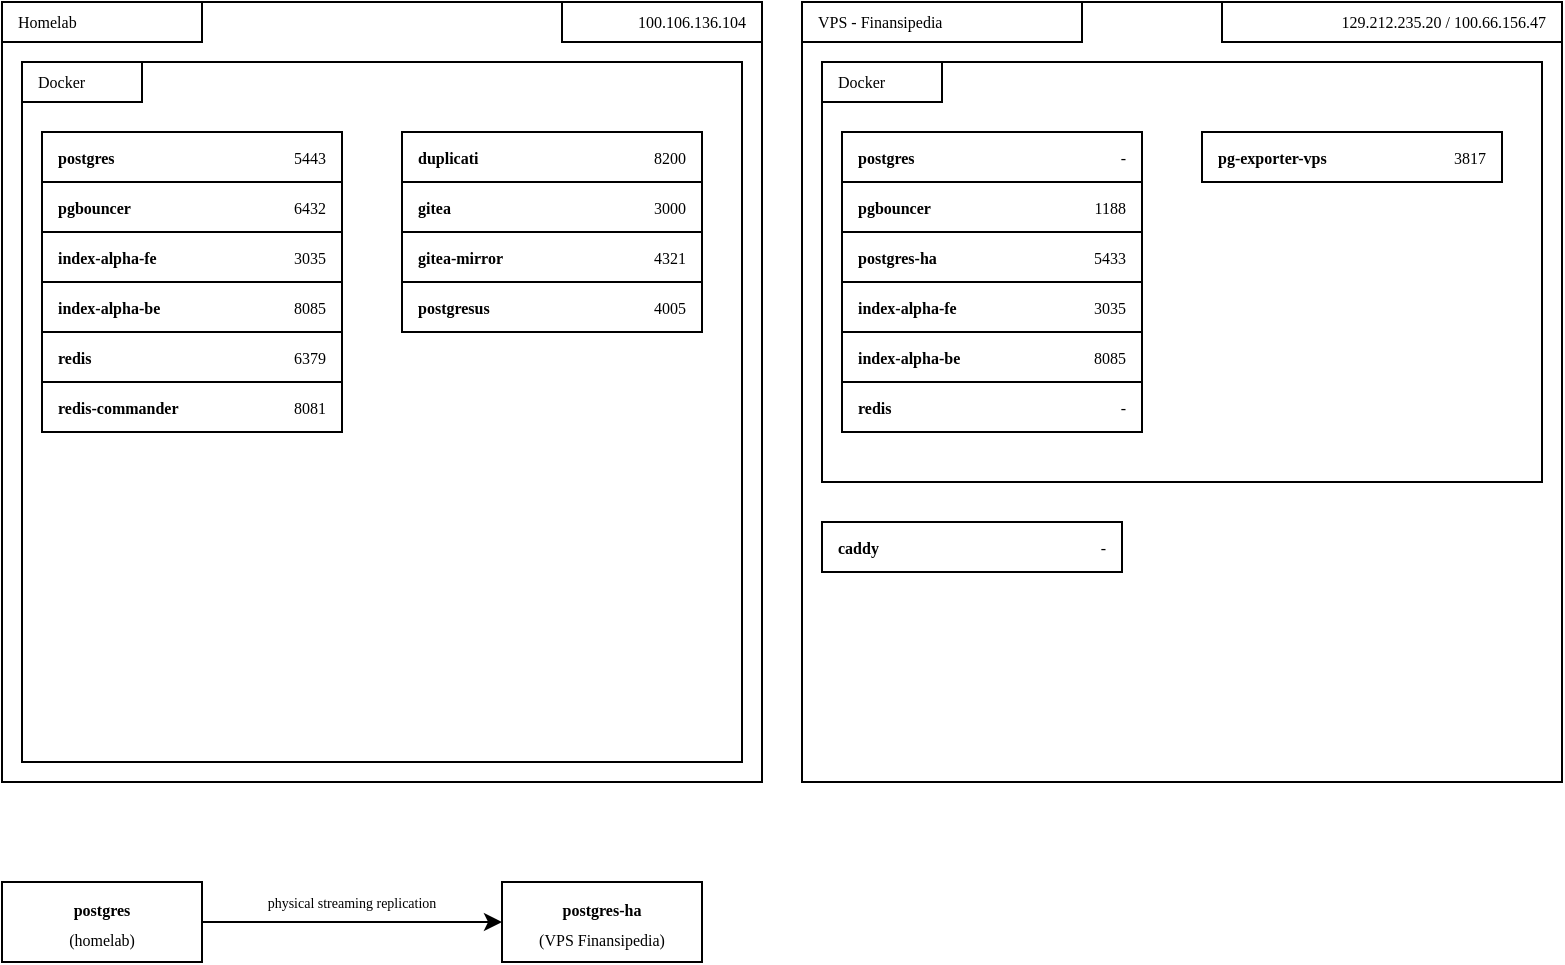
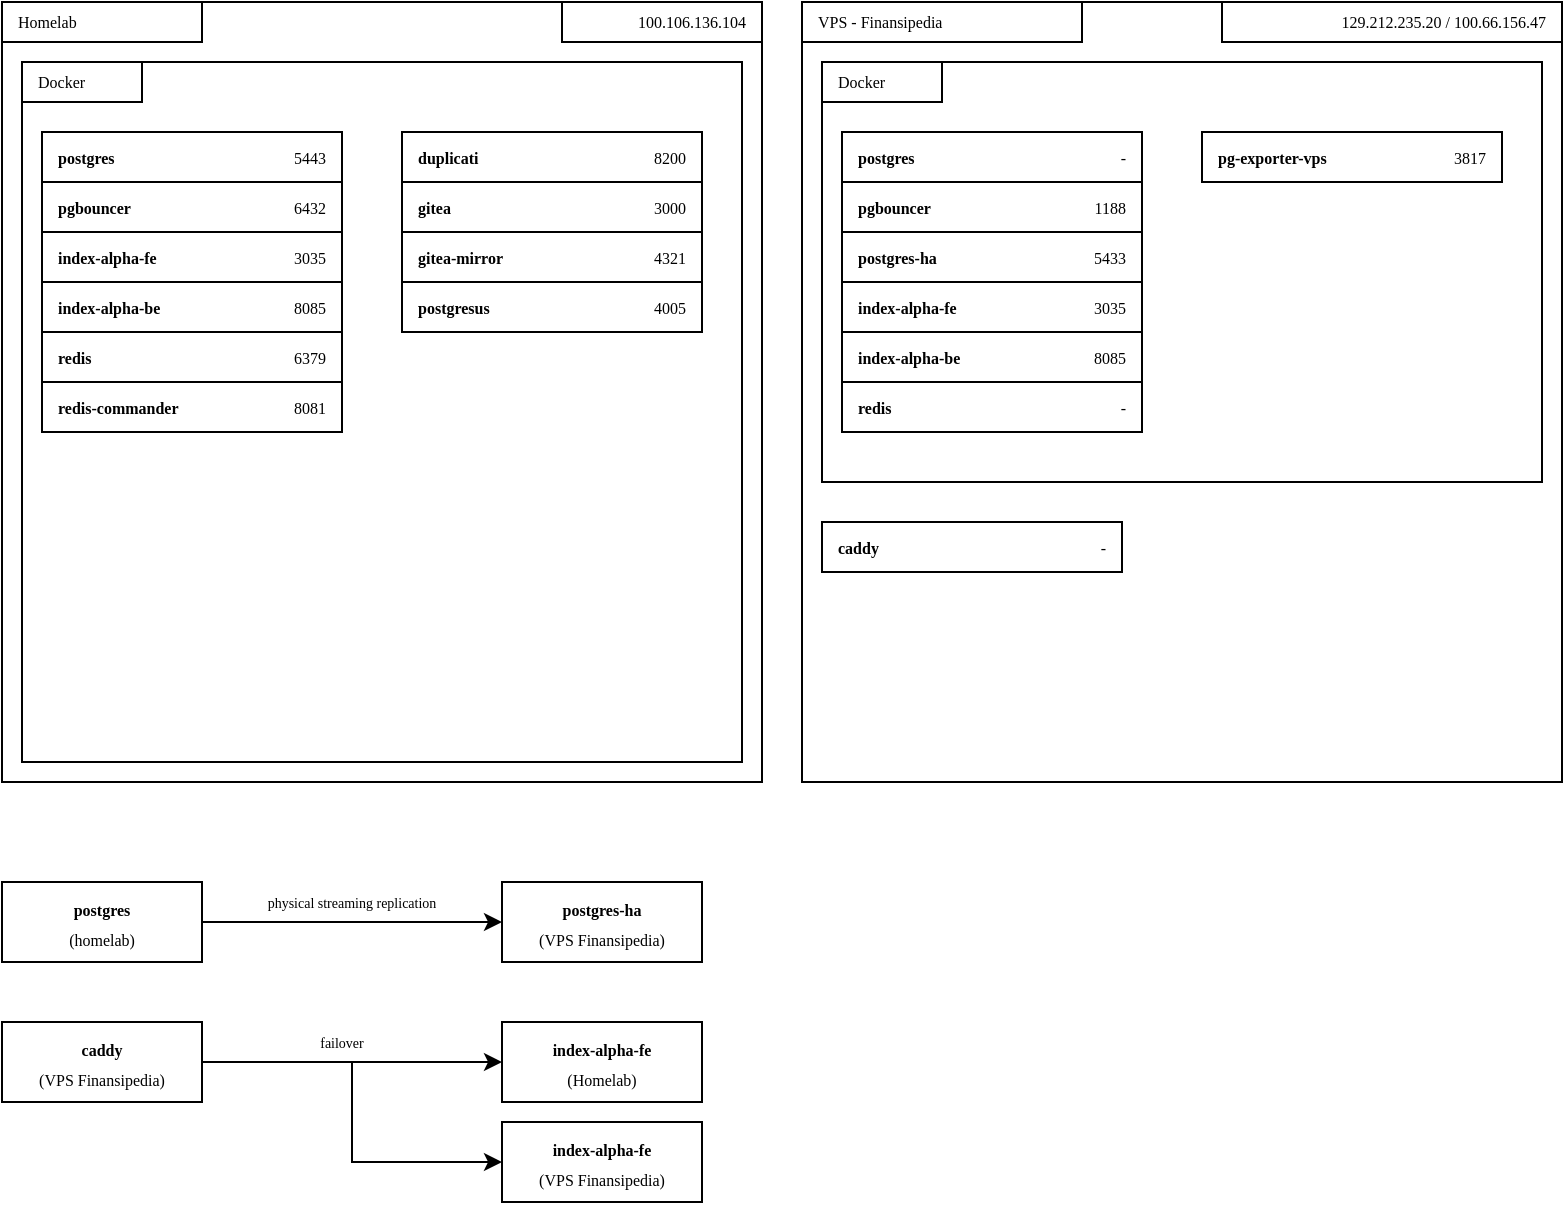
<mxfile host="app.diagrams.net">
  <diagram name="Page-1" id="EqAcxWxWpPEczBTcAObV">
    <mxGraphModel dx="654" dy="347" grid="1" gridSize="10" guides="1" tooltips="1" connect="1" arrows="1" fold="1" page="1" pageScale="1" pageWidth="850" pageHeight="1100" math="0" shadow="0">
      <root>
        <mxCell id="0" />
        <mxCell id="1" parent="0" />
        <mxCell id="tyjjsNKJ7kBHK_1WbMmb-1" parent="1" style="rounded=0;whiteSpace=wrap;html=1;" value="" vertex="1">
          <mxGeometry height="390" width="380" x="50" y="60" as="geometry" />
        </mxCell>
        <mxCell id="tyjjsNKJ7kBHK_1WbMmb-18" parent="1" style="rounded=0;whiteSpace=wrap;html=1;" value="" vertex="1">
          <mxGeometry height="350" width="360" x="60" y="90" as="geometry" />
        </mxCell>
        <mxCell id="tyjjsNKJ7kBHK_1WbMmb-3" parent="1" style="rounded=0;whiteSpace=wrap;html=1;" value="" vertex="1">
          <mxGeometry height="20" width="100" x="50" y="60" as="geometry" />
        </mxCell>
        <mxCell id="tyjjsNKJ7kBHK_1WbMmb-2" parent="1" style="text;html=1;whiteSpace=wrap;strokeColor=none;fillColor=none;align=left;verticalAlign=middle;rounded=0;spacingLeft=6;fontFamily=Verdana;fontSize=8;" value="Homelab" vertex="1">
          <mxGeometry height="20" width="100" x="50" y="60" as="geometry" />
        </mxCell>
        <mxCell id="tyjjsNKJ7kBHK_1WbMmb-19" parent="1" style="rounded=0;whiteSpace=wrap;html=1;fontFamily=Verdana;fontSize=9;" value="" vertex="1">
          <mxGeometry height="20" width="60" x="60" y="90" as="geometry" />
        </mxCell>
        <mxCell id="tyjjsNKJ7kBHK_1WbMmb-20" parent="1" style="text;html=1;whiteSpace=wrap;strokeColor=none;fillColor=none;align=left;verticalAlign=middle;rounded=0;spacingLeft=6;fontFamily=Verdana;fontSize=8;" value="Docker" vertex="1">
          <mxGeometry height="20" width="50" x="60" y="90" as="geometry" />
        </mxCell>
        <mxCell id="tyjjsNKJ7kBHK_1WbMmb-28" parent="1" style="rounded=0;whiteSpace=wrap;html=1;align=right;" value="" vertex="1">
          <mxGeometry height="20" width="100" x="330" y="60" as="geometry" />
        </mxCell>
        <mxCell id="tyjjsNKJ7kBHK_1WbMmb-29" parent="1" style="text;html=1;whiteSpace=wrap;strokeColor=none;fillColor=none;align=right;verticalAlign=middle;rounded=0;spacingLeft=6;spacingRight=6;fontFamily=Verdana;fontSize=8;" value="&lt;span style=&quot;text-align: center;&quot;&gt;100.106.136.104&lt;/span&gt;" vertex="1">
          <mxGeometry height="20" width="100" x="330" y="60" as="geometry" />
        </mxCell>
        <mxCell id="tyjjsNKJ7kBHK_1WbMmb-48" connectable="0" parent="1" style="group;fontFamily=Verdana;fontSize=8;" value="" vertex="1">
          <mxGeometry height="25" width="150" x="70" y="250" as="geometry" />
        </mxCell>
        <mxCell id="tyjjsNKJ7kBHK_1WbMmb-44" parent="tyjjsNKJ7kBHK_1WbMmb-48" style="rounded=0;whiteSpace=wrap;html=1;fontFamily=Verdana;fontSize=8;" value="" vertex="1">
          <mxGeometry height="25" width="150" as="geometry" />
        </mxCell>
        <mxCell id="tyjjsNKJ7kBHK_1WbMmb-45" parent="tyjjsNKJ7kBHK_1WbMmb-48" style="text;html=1;whiteSpace=wrap;strokeColor=none;fillColor=none;align=left;verticalAlign=middle;rounded=0;fontStyle=1;spacingRight=6;spacingLeft=6;fontFamily=Verdana;fontSize=8;" value="&lt;font&gt;redis-commander&lt;/font&gt;" vertex="1">
          <mxGeometry height="20" width="100" y="2.5" as="geometry" />
        </mxCell>
        <mxCell id="tyjjsNKJ7kBHK_1WbMmb-46" parent="tyjjsNKJ7kBHK_1WbMmb-48" style="text;html=1;whiteSpace=wrap;strokeColor=none;fillColor=none;align=right;verticalAlign=middle;rounded=0;spacingRight=6;spacingLeft=6;fontFamily=Verdana;fontSize=8;" value="&lt;font&gt;8081&lt;/font&gt;" vertex="1">
          <mxGeometry height="20" width="40" x="110" y="2.5" as="geometry" />
        </mxCell>
        <mxCell id="tyjjsNKJ7kBHK_1WbMmb-49" connectable="0" parent="1" style="group;fontFamily=Verdana;fontSize=8;" value="" vertex="1">
          <mxGeometry height="25" width="150" x="70" y="225" as="geometry" />
        </mxCell>
        <mxCell id="tyjjsNKJ7kBHK_1WbMmb-41" parent="tyjjsNKJ7kBHK_1WbMmb-49" style="rounded=0;whiteSpace=wrap;html=1;fontFamily=Verdana;fontSize=8;" value="" vertex="1">
          <mxGeometry height="25" width="150" as="geometry" />
        </mxCell>
        <mxCell id="tyjjsNKJ7kBHK_1WbMmb-42" parent="tyjjsNKJ7kBHK_1WbMmb-49" style="text;html=1;whiteSpace=wrap;strokeColor=none;fillColor=none;align=left;verticalAlign=middle;rounded=0;fontStyle=1;spacingRight=6;spacingLeft=6;fontFamily=Verdana;fontSize=8;" value="&lt;font&gt;redis&lt;/font&gt;" vertex="1">
          <mxGeometry height="20" width="100" y="2.5" as="geometry" />
        </mxCell>
        <mxCell id="tyjjsNKJ7kBHK_1WbMmb-43" parent="tyjjsNKJ7kBHK_1WbMmb-49" style="text;html=1;whiteSpace=wrap;strokeColor=none;fillColor=none;align=right;verticalAlign=middle;rounded=0;spacingRight=6;spacingLeft=6;fontFamily=Verdana;fontSize=8;" value="&lt;font&gt;6379&lt;/font&gt;" vertex="1">
          <mxGeometry height="20" width="40" x="110" y="2.5" as="geometry" />
        </mxCell>
        <mxCell id="tyjjsNKJ7kBHK_1WbMmb-50" connectable="0" parent="1" style="group;fontFamily=Verdana;fontSize=8;" value="" vertex="1">
          <mxGeometry height="25" width="150" x="70" y="200" as="geometry" />
        </mxCell>
        <mxCell id="tyjjsNKJ7kBHK_1WbMmb-38" parent="tyjjsNKJ7kBHK_1WbMmb-50" style="rounded=0;whiteSpace=wrap;html=1;fontFamily=Verdana;fontSize=8;" value="" vertex="1">
          <mxGeometry height="25" width="150" as="geometry" />
        </mxCell>
        <mxCell id="tyjjsNKJ7kBHK_1WbMmb-39" parent="tyjjsNKJ7kBHK_1WbMmb-50" style="text;html=1;whiteSpace=wrap;strokeColor=none;fillColor=none;align=left;verticalAlign=middle;rounded=0;fontStyle=1;spacingRight=6;spacingLeft=6;fontFamily=Verdana;fontSize=8;" value="&lt;font&gt;index-alpha-be&lt;/font&gt;" vertex="1">
          <mxGeometry height="20" width="100" y="2.5" as="geometry" />
        </mxCell>
        <mxCell id="tyjjsNKJ7kBHK_1WbMmb-40" parent="tyjjsNKJ7kBHK_1WbMmb-50" style="text;html=1;whiteSpace=wrap;strokeColor=none;fillColor=none;align=right;verticalAlign=middle;rounded=0;spacingRight=6;spacingLeft=6;fontFamily=Verdana;fontSize=8;" value="&lt;font&gt;8085&lt;/font&gt;" vertex="1">
          <mxGeometry height="20" width="40" x="110" y="2.5" as="geometry" />
        </mxCell>
        <mxCell id="tyjjsNKJ7kBHK_1WbMmb-51" connectable="0" parent="1" style="group;fontFamily=Verdana;fontSize=8;" value="" vertex="1">
          <mxGeometry height="25" width="150" x="70" y="175" as="geometry" />
        </mxCell>
        <mxCell id="tyjjsNKJ7kBHK_1WbMmb-35" parent="tyjjsNKJ7kBHK_1WbMmb-51" style="rounded=0;whiteSpace=wrap;html=1;fontFamily=Verdana;fontSize=8;" value="" vertex="1">
          <mxGeometry height="25" width="150" as="geometry" />
        </mxCell>
        <mxCell id="tyjjsNKJ7kBHK_1WbMmb-36" parent="tyjjsNKJ7kBHK_1WbMmb-51" style="text;html=1;whiteSpace=wrap;strokeColor=none;fillColor=none;align=left;verticalAlign=middle;rounded=0;fontStyle=1;spacingRight=6;spacingLeft=6;fontFamily=Verdana;fontSize=8;" value="&lt;font&gt;index-alpha-fe&lt;/font&gt;" vertex="1">
          <mxGeometry height="20" width="100" y="2.5" as="geometry" />
        </mxCell>
        <mxCell id="tyjjsNKJ7kBHK_1WbMmb-37" parent="tyjjsNKJ7kBHK_1WbMmb-51" style="text;html=1;whiteSpace=wrap;strokeColor=none;fillColor=none;align=right;verticalAlign=middle;rounded=0;spacingRight=6;spacingLeft=6;fontFamily=Verdana;fontSize=8;" value="&lt;font&gt;3035&lt;/font&gt;" vertex="1">
          <mxGeometry height="20" width="40" x="110" y="2.5" as="geometry" />
        </mxCell>
        <mxCell id="tyjjsNKJ7kBHK_1WbMmb-52" connectable="0" parent="1" style="group;fontFamily=Verdana;fontSize=8;" value="" vertex="1">
          <mxGeometry height="25" width="150" x="70" y="150" as="geometry" />
        </mxCell>
        <mxCell id="tyjjsNKJ7kBHK_1WbMmb-32" parent="tyjjsNKJ7kBHK_1WbMmb-52" style="rounded=0;whiteSpace=wrap;html=1;fontFamily=Verdana;fontSize=8;" value="" vertex="1">
          <mxGeometry height="25" width="150" as="geometry" />
        </mxCell>
        <mxCell id="tyjjsNKJ7kBHK_1WbMmb-33" parent="tyjjsNKJ7kBHK_1WbMmb-52" style="text;html=1;whiteSpace=wrap;strokeColor=none;fillColor=none;align=left;verticalAlign=middle;rounded=0;fontStyle=1;spacingRight=6;spacingLeft=6;fontFamily=Verdana;fontSize=8;" value="&lt;font&gt;pgbouncer&lt;/font&gt;" vertex="1">
          <mxGeometry height="20" width="100" y="2.5" as="geometry" />
        </mxCell>
        <mxCell id="tyjjsNKJ7kBHK_1WbMmb-34" parent="tyjjsNKJ7kBHK_1WbMmb-52" style="text;html=1;whiteSpace=wrap;strokeColor=none;fillColor=none;align=right;verticalAlign=middle;rounded=0;spacingRight=6;spacingLeft=6;fontFamily=Verdana;fontSize=8;" value="&lt;font&gt;6432&lt;/font&gt;" vertex="1">
          <mxGeometry height="20" width="40" x="110" y="2.5" as="geometry" />
        </mxCell>
        <mxCell id="tyjjsNKJ7kBHK_1WbMmb-53" connectable="0" parent="1" style="group;fontFamily=Verdana;fontSize=8;" value="" vertex="1">
          <mxGeometry height="25" width="150" x="70" y="125" as="geometry" />
        </mxCell>
        <mxCell id="tyjjsNKJ7kBHK_1WbMmb-5" parent="tyjjsNKJ7kBHK_1WbMmb-53" style="rounded=0;whiteSpace=wrap;html=1;fontFamily=Verdana;fontSize=8;" value="" vertex="1">
          <mxGeometry height="25" width="150" as="geometry" />
        </mxCell>
        <mxCell id="tyjjsNKJ7kBHK_1WbMmb-6" parent="tyjjsNKJ7kBHK_1WbMmb-53" style="text;html=1;whiteSpace=wrap;strokeColor=none;fillColor=none;align=left;verticalAlign=middle;rounded=0;fontStyle=1;spacingRight=6;spacingLeft=6;fontFamily=Verdana;fontSize=8;" value="&lt;font&gt;postgres&lt;/font&gt;" vertex="1">
          <mxGeometry height="20" width="100" y="2.5" as="geometry" />
        </mxCell>
        <mxCell id="tyjjsNKJ7kBHK_1WbMmb-7" parent="tyjjsNKJ7kBHK_1WbMmb-53" style="text;html=1;whiteSpace=wrap;strokeColor=none;fillColor=none;align=right;verticalAlign=middle;rounded=0;spacingRight=6;spacingLeft=6;fontFamily=Verdana;fontSize=8;" value="&lt;font&gt;5443&lt;/font&gt;" vertex="1">
          <mxGeometry height="20" width="40" x="110" y="2.5" as="geometry" />
        </mxCell>
        <mxCell id="tyjjsNKJ7kBHK_1WbMmb-54" connectable="0" parent="1" style="group;fontFamily=Verdana;fontSize=8;" value="" vertex="1">
          <mxGeometry height="25" width="150" x="250" y="125" as="geometry" />
        </mxCell>
        <mxCell id="tyjjsNKJ7kBHK_1WbMmb-55" parent="tyjjsNKJ7kBHK_1WbMmb-54" style="rounded=0;whiteSpace=wrap;html=1;fontFamily=Verdana;fontSize=8;" value="" vertex="1">
          <mxGeometry height="25" width="150" as="geometry" />
        </mxCell>
        <mxCell id="tyjjsNKJ7kBHK_1WbMmb-56" parent="tyjjsNKJ7kBHK_1WbMmb-54" style="text;html=1;whiteSpace=wrap;strokeColor=none;fillColor=none;align=left;verticalAlign=middle;rounded=0;fontStyle=1;spacingRight=6;spacingLeft=6;fontFamily=Verdana;fontSize=8;" value="&lt;font&gt;duplicati&lt;/font&gt;" vertex="1">
          <mxGeometry height="20" width="100" y="2.5" as="geometry" />
        </mxCell>
        <mxCell id="tyjjsNKJ7kBHK_1WbMmb-57" parent="tyjjsNKJ7kBHK_1WbMmb-54" style="text;html=1;whiteSpace=wrap;strokeColor=none;fillColor=none;align=right;verticalAlign=middle;rounded=0;spacingRight=6;spacingLeft=6;fontFamily=Verdana;fontSize=8;" value="&lt;font&gt;8200&lt;/font&gt;" vertex="1">
          <mxGeometry height="20" width="40" x="110" y="2.5" as="geometry" />
        </mxCell>
        <mxCell id="tyjjsNKJ7kBHK_1WbMmb-58" connectable="0" parent="1" style="group;fontFamily=Verdana;fontSize=8;" value="" vertex="1">
          <mxGeometry height="25" width="150" x="250" y="150" as="geometry" />
        </mxCell>
        <mxCell id="tyjjsNKJ7kBHK_1WbMmb-59" parent="tyjjsNKJ7kBHK_1WbMmb-58" style="rounded=0;whiteSpace=wrap;html=1;fontFamily=Verdana;fontSize=8;" value="" vertex="1">
          <mxGeometry height="25" width="150" as="geometry" />
        </mxCell>
        <mxCell id="tyjjsNKJ7kBHK_1WbMmb-60" parent="tyjjsNKJ7kBHK_1WbMmb-58" style="text;html=1;whiteSpace=wrap;strokeColor=none;fillColor=none;align=left;verticalAlign=middle;rounded=0;fontStyle=1;spacingRight=6;spacingLeft=6;fontFamily=Verdana;fontSize=8;" value="&lt;font&gt;gitea&lt;/font&gt;" vertex="1">
          <mxGeometry height="20" width="100" y="2.5" as="geometry" />
        </mxCell>
        <mxCell id="tyjjsNKJ7kBHK_1WbMmb-61" parent="tyjjsNKJ7kBHK_1WbMmb-58" style="text;html=1;whiteSpace=wrap;strokeColor=none;fillColor=none;align=right;verticalAlign=middle;rounded=0;spacingRight=6;spacingLeft=6;fontFamily=Verdana;fontSize=8;" value="&lt;font&gt;3000&lt;/font&gt;" vertex="1">
          <mxGeometry height="20" width="40" x="110" y="2.5" as="geometry" />
        </mxCell>
        <mxCell id="tyjjsNKJ7kBHK_1WbMmb-62" connectable="0" parent="1" style="group;fontFamily=Verdana;fontSize=8;" value="" vertex="1">
          <mxGeometry height="25" width="150" x="250" y="175" as="geometry" />
        </mxCell>
        <mxCell id="tyjjsNKJ7kBHK_1WbMmb-63" parent="tyjjsNKJ7kBHK_1WbMmb-62" style="rounded=0;whiteSpace=wrap;html=1;fontFamily=Verdana;fontSize=8;" value="" vertex="1">
          <mxGeometry height="25" width="150" as="geometry" />
        </mxCell>
        <mxCell id="tyjjsNKJ7kBHK_1WbMmb-64" parent="tyjjsNKJ7kBHK_1WbMmb-62" style="text;html=1;whiteSpace=wrap;strokeColor=none;fillColor=none;align=left;verticalAlign=middle;rounded=0;fontStyle=1;spacingRight=6;spacingLeft=6;fontFamily=Verdana;fontSize=8;" value="&lt;div&gt;&lt;span&gt;gitea-mirror&lt;/span&gt;&lt;/div&gt;" vertex="1">
          <mxGeometry height="20" width="100" y="2.5" as="geometry" />
        </mxCell>
        <mxCell id="tyjjsNKJ7kBHK_1WbMmb-65" parent="tyjjsNKJ7kBHK_1WbMmb-62" style="text;html=1;whiteSpace=wrap;strokeColor=none;fillColor=none;align=right;verticalAlign=middle;rounded=0;spacingRight=6;spacingLeft=6;fontFamily=Verdana;fontSize=8;" value="&lt;font&gt;4321&lt;/font&gt;" vertex="1">
          <mxGeometry height="20" width="40" x="110" y="2.5" as="geometry" />
        </mxCell>
        <mxCell id="tyjjsNKJ7kBHK_1WbMmb-66" connectable="0" parent="1" style="group;fontFamily=Verdana;fontSize=8;" value="" vertex="1">
          <mxGeometry height="25" width="150" x="250" y="200" as="geometry" />
        </mxCell>
        <mxCell id="tyjjsNKJ7kBHK_1WbMmb-67" parent="tyjjsNKJ7kBHK_1WbMmb-66" style="rounded=0;whiteSpace=wrap;html=1;fontFamily=Verdana;fontSize=8;" value="" vertex="1">
          <mxGeometry height="25" width="150" as="geometry" />
        </mxCell>
        <mxCell id="tyjjsNKJ7kBHK_1WbMmb-68" parent="tyjjsNKJ7kBHK_1WbMmb-66" style="text;html=1;whiteSpace=wrap;strokeColor=none;fillColor=none;align=left;verticalAlign=middle;rounded=0;fontStyle=1;spacingRight=6;spacingLeft=6;fontFamily=Verdana;fontSize=8;" value="&lt;div&gt;&lt;span&gt;postgresus&lt;/span&gt;&lt;/div&gt;" vertex="1">
          <mxGeometry height="20" width="100" y="2.5" as="geometry" />
        </mxCell>
        <mxCell id="tyjjsNKJ7kBHK_1WbMmb-69" parent="tyjjsNKJ7kBHK_1WbMmb-66" style="text;html=1;whiteSpace=wrap;strokeColor=none;fillColor=none;align=right;verticalAlign=middle;rounded=0;spacingRight=6;spacingLeft=6;fontFamily=Verdana;fontSize=8;" value="&lt;font&gt;4005&lt;/font&gt;" vertex="1">
          <mxGeometry height="20" width="40" x="110" y="2.5" as="geometry" />
        </mxCell>
        <mxCell id="tyjjsNKJ7kBHK_1WbMmb-70" parent="1" style="rounded=0;whiteSpace=wrap;html=1;" value="" vertex="1">
          <mxGeometry height="390" width="380" x="450" y="60" as="geometry" />
        </mxCell>
        <mxCell id="tyjjsNKJ7kBHK_1WbMmb-71" parent="1" style="rounded=0;whiteSpace=wrap;html=1;" value="" vertex="1">
          <mxGeometry height="210" width="360" x="460" y="90" as="geometry" />
        </mxCell>
        <mxCell id="tyjjsNKJ7kBHK_1WbMmb-72" parent="1" style="rounded=0;whiteSpace=wrap;html=1;" value="" vertex="1">
          <mxGeometry height="20" width="140" x="450" y="60" as="geometry" />
        </mxCell>
        <mxCell id="tyjjsNKJ7kBHK_1WbMmb-73" parent="1" style="text;html=1;whiteSpace=wrap;strokeColor=none;fillColor=none;align=left;verticalAlign=middle;rounded=0;spacingLeft=6;fontFamily=Verdana;fontSize=8;" value="VPS - Finansipedia" vertex="1">
          <mxGeometry height="20" width="130" x="450" y="60" as="geometry" />
        </mxCell>
        <mxCell id="tyjjsNKJ7kBHK_1WbMmb-74" parent="1" style="rounded=0;whiteSpace=wrap;html=1;fontFamily=Verdana;fontSize=9;" value="" vertex="1">
          <mxGeometry height="20" width="60" x="460" y="90" as="geometry" />
        </mxCell>
        <mxCell id="tyjjsNKJ7kBHK_1WbMmb-75" parent="1" style="text;html=1;whiteSpace=wrap;strokeColor=none;fillColor=none;align=left;verticalAlign=middle;rounded=0;spacingLeft=6;fontFamily=Verdana;fontSize=8;" value="Docker" vertex="1">
          <mxGeometry height="20" width="50" x="460" y="90" as="geometry" />
        </mxCell>
        <mxCell id="tyjjsNKJ7kBHK_1WbMmb-76" parent="1" style="rounded=0;whiteSpace=wrap;html=1;align=right;" value="" vertex="1">
          <mxGeometry height="20" width="170" x="660" y="60" as="geometry" />
        </mxCell>
        <mxCell id="tyjjsNKJ7kBHK_1WbMmb-77" parent="1" style="text;html=1;whiteSpace=wrap;strokeColor=none;fillColor=none;align=right;verticalAlign=middle;rounded=0;spacingLeft=6;spacingRight=6;fontFamily=Verdana;fontSize=8;" value="&lt;div style=&quot;text-align: center;&quot;&gt;&lt;span style=&quot;background-color: transparent;&quot;&gt;129.212.235.20 /&amp;nbsp;&lt;/span&gt;&lt;span style=&quot;background-color: transparent; text-align: right;&quot;&gt;100.66.156.47&lt;/span&gt;&lt;/div&gt;" vertex="1">
          <mxGeometry height="20" width="160" x="670" y="60" as="geometry" />
        </mxCell>
        <mxCell id="tyjjsNKJ7kBHK_1WbMmb-82" connectable="0" parent="1" style="group;fontFamily=Verdana;fontSize=8;" value="" vertex="1">
          <mxGeometry height="25" width="150" x="470" y="250" as="geometry" />
        </mxCell>
        <mxCell id="tyjjsNKJ7kBHK_1WbMmb-83" parent="tyjjsNKJ7kBHK_1WbMmb-82" style="rounded=0;whiteSpace=wrap;html=1;fontFamily=Verdana;fontSize=8;" value="" vertex="1">
          <mxGeometry height="25" width="150" as="geometry" />
        </mxCell>
        <mxCell id="tyjjsNKJ7kBHK_1WbMmb-84" parent="tyjjsNKJ7kBHK_1WbMmb-82" style="text;html=1;whiteSpace=wrap;strokeColor=none;fillColor=none;align=left;verticalAlign=middle;rounded=0;fontStyle=1;spacingRight=6;spacingLeft=6;fontFamily=Verdana;fontSize=8;" value="&lt;font&gt;redis&lt;/font&gt;" vertex="1">
          <mxGeometry height="20" width="100" y="2.5" as="geometry" />
        </mxCell>
        <mxCell id="tyjjsNKJ7kBHK_1WbMmb-85" parent="tyjjsNKJ7kBHK_1WbMmb-82" style="text;html=1;whiteSpace=wrap;strokeColor=none;fillColor=none;align=right;verticalAlign=middle;rounded=0;spacingRight=6;spacingLeft=6;fontFamily=Verdana;fontSize=8;" value="&lt;font&gt;-&lt;/font&gt;" vertex="1">
          <mxGeometry height="20" width="40" x="110" y="2.5" as="geometry" />
        </mxCell>
        <mxCell id="tyjjsNKJ7kBHK_1WbMmb-86" connectable="0" parent="1" style="group;fontFamily=Verdana;fontSize=8;" value="" vertex="1">
          <mxGeometry height="25" width="150" x="470" y="225" as="geometry" />
        </mxCell>
        <mxCell id="tyjjsNKJ7kBHK_1WbMmb-87" parent="tyjjsNKJ7kBHK_1WbMmb-86" style="rounded=0;whiteSpace=wrap;html=1;fontFamily=Verdana;fontSize=8;" value="" vertex="1">
          <mxGeometry height="25" width="150" as="geometry" />
        </mxCell>
        <mxCell id="tyjjsNKJ7kBHK_1WbMmb-88" parent="tyjjsNKJ7kBHK_1WbMmb-86" style="text;html=1;whiteSpace=wrap;strokeColor=none;fillColor=none;align=left;verticalAlign=middle;rounded=0;fontStyle=1;spacingRight=6;spacingLeft=6;fontFamily=Verdana;fontSize=8;" value="&lt;font&gt;index-alpha-be&lt;/font&gt;" vertex="1">
          <mxGeometry height="20" width="100" y="2.5" as="geometry" />
        </mxCell>
        <mxCell id="tyjjsNKJ7kBHK_1WbMmb-89" parent="tyjjsNKJ7kBHK_1WbMmb-86" style="text;html=1;whiteSpace=wrap;strokeColor=none;fillColor=none;align=right;verticalAlign=middle;rounded=0;spacingRight=6;spacingLeft=6;fontFamily=Verdana;fontSize=8;" value="&lt;font&gt;8085&lt;/font&gt;" vertex="1">
          <mxGeometry height="20" width="40" x="110" y="2.5" as="geometry" />
        </mxCell>
        <mxCell id="tyjjsNKJ7kBHK_1WbMmb-90" connectable="0" parent="1" style="group;fontFamily=Verdana;fontSize=8;" value="" vertex="1">
          <mxGeometry height="25" width="150" x="470" y="200" as="geometry" />
        </mxCell>
        <mxCell id="tyjjsNKJ7kBHK_1WbMmb-91" parent="tyjjsNKJ7kBHK_1WbMmb-90" style="rounded=0;whiteSpace=wrap;html=1;fontFamily=Verdana;fontSize=8;" value="" vertex="1">
          <mxGeometry height="25" width="150" as="geometry" />
        </mxCell>
        <mxCell id="tyjjsNKJ7kBHK_1WbMmb-92" parent="tyjjsNKJ7kBHK_1WbMmb-90" style="text;html=1;whiteSpace=wrap;strokeColor=none;fillColor=none;align=left;verticalAlign=middle;rounded=0;fontStyle=1;spacingRight=6;spacingLeft=6;fontFamily=Verdana;fontSize=8;" value="&lt;font&gt;index-alpha-fe&lt;/font&gt;" vertex="1">
          <mxGeometry height="20" width="100" y="2.5" as="geometry" />
        </mxCell>
        <mxCell id="tyjjsNKJ7kBHK_1WbMmb-93" parent="tyjjsNKJ7kBHK_1WbMmb-90" style="text;html=1;whiteSpace=wrap;strokeColor=none;fillColor=none;align=right;verticalAlign=middle;rounded=0;spacingRight=6;spacingLeft=6;fontFamily=Verdana;fontSize=8;" value="&lt;font&gt;3035&lt;/font&gt;" vertex="1">
          <mxGeometry height="20" width="40" x="110" y="2.5" as="geometry" />
        </mxCell>
        <mxCell id="tyjjsNKJ7kBHK_1WbMmb-94" connectable="0" parent="1" style="group;fontFamily=Verdana;fontSize=8;" value="" vertex="1">
          <mxGeometry height="25" width="150" x="470" y="150" as="geometry" />
        </mxCell>
        <mxCell id="tyjjsNKJ7kBHK_1WbMmb-95" parent="tyjjsNKJ7kBHK_1WbMmb-94" style="rounded=0;whiteSpace=wrap;html=1;fontFamily=Verdana;fontSize=8;" value="" vertex="1">
          <mxGeometry height="25" width="150" as="geometry" />
        </mxCell>
        <mxCell id="tyjjsNKJ7kBHK_1WbMmb-96" parent="tyjjsNKJ7kBHK_1WbMmb-94" style="text;html=1;whiteSpace=wrap;strokeColor=none;fillColor=none;align=left;verticalAlign=middle;rounded=0;fontStyle=1;spacingRight=6;spacingLeft=6;fontFamily=Verdana;fontSize=8;" value="&lt;font&gt;pgbouncer&lt;/font&gt;" vertex="1">
          <mxGeometry height="20" width="100" y="2.5" as="geometry" />
        </mxCell>
        <mxCell id="tyjjsNKJ7kBHK_1WbMmb-97" parent="tyjjsNKJ7kBHK_1WbMmb-94" style="text;html=1;whiteSpace=wrap;strokeColor=none;fillColor=none;align=right;verticalAlign=middle;rounded=0;spacingRight=6;spacingLeft=6;fontFamily=Verdana;fontSize=8;" value="&lt;font&gt;1188&lt;/font&gt;" vertex="1">
          <mxGeometry height="20" width="40" x="110" y="2.5" as="geometry" />
        </mxCell>
        <mxCell id="tyjjsNKJ7kBHK_1WbMmb-98" connectable="0" parent="1" style="group;fontFamily=Verdana;fontSize=8;" value="" vertex="1">
          <mxGeometry height="25" width="150" x="470" y="125" as="geometry" />
        </mxCell>
        <mxCell id="tyjjsNKJ7kBHK_1WbMmb-99" parent="tyjjsNKJ7kBHK_1WbMmb-98" style="rounded=0;whiteSpace=wrap;html=1;fontFamily=Verdana;fontSize=8;" value="" vertex="1">
          <mxGeometry height="25" width="150" as="geometry" />
        </mxCell>
        <mxCell id="tyjjsNKJ7kBHK_1WbMmb-100" parent="tyjjsNKJ7kBHK_1WbMmb-98" style="text;html=1;whiteSpace=wrap;strokeColor=none;fillColor=none;align=left;verticalAlign=middle;rounded=0;fontStyle=1;spacingRight=6;spacingLeft=6;fontFamily=Verdana;fontSize=8;" value="&lt;font&gt;postgres&lt;/font&gt;" vertex="1">
          <mxGeometry height="20" width="100" y="2.5" as="geometry" />
        </mxCell>
        <mxCell id="tyjjsNKJ7kBHK_1WbMmb-101" parent="tyjjsNKJ7kBHK_1WbMmb-98" style="text;html=1;whiteSpace=wrap;strokeColor=none;fillColor=none;align=right;verticalAlign=middle;rounded=0;spacingRight=6;spacingLeft=6;fontFamily=Verdana;fontSize=8;" value="&lt;font&gt;-&lt;/font&gt;" vertex="1">
          <mxGeometry height="20" width="40" x="110" y="2.5" as="geometry" />
        </mxCell>
        <mxCell id="tyjjsNKJ7kBHK_1WbMmb-102" connectable="0" parent="1" style="group;fontFamily=Verdana;fontSize=8;" value="" vertex="1">
          <mxGeometry height="25" width="150" x="650" y="125" as="geometry" />
        </mxCell>
        <mxCell id="tyjjsNKJ7kBHK_1WbMmb-103" parent="tyjjsNKJ7kBHK_1WbMmb-102" style="rounded=0;whiteSpace=wrap;html=1;fontFamily=Verdana;fontSize=8;" value="" vertex="1">
          <mxGeometry height="25" width="150" as="geometry" />
        </mxCell>
        <mxCell id="tyjjsNKJ7kBHK_1WbMmb-104" parent="tyjjsNKJ7kBHK_1WbMmb-102" style="text;html=1;whiteSpace=wrap;strokeColor=none;fillColor=none;align=left;verticalAlign=middle;rounded=0;fontStyle=1;spacingRight=6;spacingLeft=6;fontFamily=Verdana;fontSize=8;" value="&lt;font&gt;pg-exporter-vps&lt;/font&gt;" vertex="1">
          <mxGeometry height="20" width="100" y="2.5" as="geometry" />
        </mxCell>
        <mxCell id="tyjjsNKJ7kBHK_1WbMmb-105" parent="tyjjsNKJ7kBHK_1WbMmb-102" style="text;html=1;whiteSpace=wrap;strokeColor=none;fillColor=none;align=right;verticalAlign=middle;rounded=0;spacingRight=6;spacingLeft=6;fontFamily=Verdana;fontSize=8;" value="&lt;font&gt;3817&lt;/font&gt;" vertex="1">
          <mxGeometry height="20" width="40" x="110" y="2.5" as="geometry" />
        </mxCell>
        <mxCell id="tyjjsNKJ7kBHK_1WbMmb-118" connectable="0" parent="1" style="group;fontFamily=Verdana;fontSize=8;" value="" vertex="1">
          <mxGeometry height="25" width="150" x="470" y="175" as="geometry" />
        </mxCell>
        <mxCell id="tyjjsNKJ7kBHK_1WbMmb-119" parent="tyjjsNKJ7kBHK_1WbMmb-118" style="rounded=0;whiteSpace=wrap;html=1;fontFamily=Verdana;fontSize=8;" value="" vertex="1">
          <mxGeometry height="25" width="150" as="geometry" />
        </mxCell>
        <mxCell id="tyjjsNKJ7kBHK_1WbMmb-120" parent="tyjjsNKJ7kBHK_1WbMmb-118" style="text;html=1;whiteSpace=wrap;strokeColor=none;fillColor=none;align=left;verticalAlign=middle;rounded=0;fontStyle=1;spacingRight=6;spacingLeft=6;fontFamily=Verdana;fontSize=8;" value="&lt;font&gt;postgres-ha&lt;/font&gt;" vertex="1">
          <mxGeometry height="20" width="100" y="2.5" as="geometry" />
        </mxCell>
        <mxCell id="tyjjsNKJ7kBHK_1WbMmb-121" parent="tyjjsNKJ7kBHK_1WbMmb-118" style="text;html=1;whiteSpace=wrap;strokeColor=none;fillColor=none;align=right;verticalAlign=middle;rounded=0;spacingRight=6;spacingLeft=6;fontFamily=Verdana;fontSize=8;" value="5433" vertex="1">
          <mxGeometry height="20" width="40" x="110" y="2.5" as="geometry" />
        </mxCell>
        <mxCell id="tyjjsNKJ7kBHK_1WbMmb-124" connectable="0" parent="1" style="group;fontFamily=Verdana;fontSize=8;" value="" vertex="1">
          <mxGeometry height="25" width="150" x="460" y="320" as="geometry" />
        </mxCell>
        <mxCell id="tyjjsNKJ7kBHK_1WbMmb-125" parent="tyjjsNKJ7kBHK_1WbMmb-124" style="rounded=0;whiteSpace=wrap;html=1;fontFamily=Verdana;fontSize=8;" value="" vertex="1">
          <mxGeometry height="25" width="150" as="geometry" />
        </mxCell>
        <mxCell id="tyjjsNKJ7kBHK_1WbMmb-126" parent="tyjjsNKJ7kBHK_1WbMmb-124" style="text;html=1;whiteSpace=wrap;strokeColor=none;fillColor=none;align=left;verticalAlign=middle;rounded=0;fontStyle=1;spacingRight=6;spacingLeft=6;fontFamily=Verdana;fontSize=8;" value="caddy" vertex="1">
          <mxGeometry height="20" width="100" y="2.5" as="geometry" />
        </mxCell>
        <mxCell id="tyjjsNKJ7kBHK_1WbMmb-127" parent="tyjjsNKJ7kBHK_1WbMmb-124" style="text;html=1;whiteSpace=wrap;strokeColor=none;fillColor=none;align=right;verticalAlign=middle;rounded=0;spacingRight=6;spacingLeft=6;fontFamily=Verdana;fontSize=8;" value="&lt;font&gt;-&lt;/font&gt;" vertex="1">
          <mxGeometry height="20" width="40" x="110" y="2.5" as="geometry" />
        </mxCell>
        <mxCell id="Tit254uEpL4SJPk85VVh-12" edge="1" parent="1" source="Tit254uEpL4SJPk85VVh-8" style="edgeStyle=orthogonalEdgeStyle;rounded=0;orthogonalLoop=1;jettySize=auto;html=1;" target="Tit254uEpL4SJPk85VVh-11">
          <mxGeometry relative="1" as="geometry" />
        </mxCell>
        <mxCell id="Tit254uEpL4SJPk85VVh-8" parent="1" style="rounded=0;whiteSpace=wrap;html=1;" value="&lt;span style=&quot;font-family: Verdana; font-size: 8px; font-weight: 700; text-align: left;&quot;&gt;postgres &lt;br&gt;&lt;/span&gt;&lt;span style=&quot;font-family: Verdana; font-size: 8px; text-align: left;&quot;&gt;(homelab)&lt;/span&gt;" vertex="1">
          <mxGeometry height="40" width="100" x="50" y="500" as="geometry" />
        </mxCell>
        <mxCell id="Tit254uEpL4SJPk85VVh-10" parent="1" style="text;whiteSpace=wrap;fontFamily=Verdana;fontSize=7;align=center;" value="physical streaming replication" vertex="1">
          <mxGeometry height="20" width="150" x="150" y="500" as="geometry" />
        </mxCell>
        <mxCell id="Tit254uEpL4SJPk85VVh-11" parent="1" style="rounded=0;whiteSpace=wrap;html=1;" value="&lt;span style=&quot;font-family: Verdana; font-size: 8px; font-weight: 700; text-align: left;&quot;&gt;postgres-ha&lt;br&gt;&lt;/span&gt;&lt;span style=&quot;font-family: Verdana; font-size: 8px; text-align: left;&quot;&gt;(VPS Finansipedia)&lt;/span&gt;" vertex="1">
          <mxGeometry height="40" width="100" x="300" y="500" as="geometry" />
        </mxCell>
+         <mxCell id="Tit254uEpL4SJPk85VVh-13" edge="1" parent="1" source="Tit254uEpL4SJPk85VVh-14" style="edgeStyle=orthogonalEdgeStyle;rounded=0;orthogonalLoop=1;jettySize=auto;html=1;" target="Tit254uEpL4SJPk85VVh-16">
+           <mxGeometry relative="1" as="geometry" />
+         </mxCell>
+         <mxCell id="Tit254uEpL4SJPk85VVh-14" parent="1" style="rounded=0;whiteSpace=wrap;html=1;" value="&lt;span style=&quot;font-family: Verdana; font-size: 8px; font-weight: 700; text-align: left;&quot;&gt;caddy&lt;br&gt;&lt;/span&gt;&lt;span style=&quot;font-family: Verdana; font-size: 8px; text-align: left;&quot;&gt;(VPS Finansipedia)&lt;/span&gt;" vertex="1">
+           <mxGeometry height="40" width="100" x="50" y="570" as="geometry" />
+         </mxCell>
+         <mxCell id="Tit254uEpL4SJPk85VVh-15" parent="1" style="text;whiteSpace=wrap;fontFamily=Verdana;fontSize=7;align=center;" value="failover" vertex="1">
+           <mxGeometry height="20" width="140" x="150" y="570" as="geometry" />
+         </mxCell>
+         <mxCell id="Tit254uEpL4SJPk85VVh-16" parent="1" style="rounded=0;whiteSpace=wrap;html=1;" value="&lt;span style=&quot;font-family: Verdana; font-size: 8px; text-align: left;&quot;&gt;&lt;b&gt;index-alpha-fe&lt;/b&gt;&lt;/span&gt;&lt;div&gt;&lt;span style=&quot;font-family: Verdana; font-size: 8px; text-align: left;&quot;&gt;(Homelab)&lt;/span&gt;&lt;/div&gt;" vertex="1">
+           <mxGeometry height="40" width="100" x="300" y="570" as="geometry" />
+         </mxCell>
+         <mxCell id="Tit254uEpL4SJPk85VVh-17" parent="1" style="rounded=0;whiteSpace=wrap;html=1;" value="&lt;span style=&quot;font-family: Verdana; font-size: 8px; text-align: left;&quot;&gt;&lt;b&gt;index-alpha-fe&lt;/b&gt;&lt;/span&gt;&lt;div&gt;&lt;span style=&quot;font-family: Verdana; font-size: 8px; text-align: left;&quot;&gt;(VPS Finansipedia)&lt;/span&gt;&lt;/div&gt;" vertex="1">
+           <mxGeometry height="40" width="100" x="300" y="620" as="geometry" />
+         </mxCell>
+         <mxCell id="Tit254uEpL4SJPk85VVh-19" edge="1" parent="1" source="Tit254uEpL4SJPk85VVh-14" style="edgeStyle=orthogonalEdgeStyle;rounded=0;orthogonalLoop=1;jettySize=auto;html=1;exitX=1;exitY=0.5;exitDx=0;exitDy=0;entryX=0;entryY=0.5;entryDx=0;entryDy=0;" target="Tit254uEpL4SJPk85VVh-17">
+           <mxGeometry relative="1" as="geometry">
+             <Array as="points">
+               <mxPoint x="225" y="590" />
+               <mxPoint x="225" y="640" />
+             </Array>
+             <mxPoint x="290" y="600" as="sourcePoint" />
+             <mxPoint x="440" y="600" as="targetPoint" />
+           </mxGeometry>
+         </mxCell>
      </root>
    </mxGraphModel>
  </diagram>
</mxfile>
